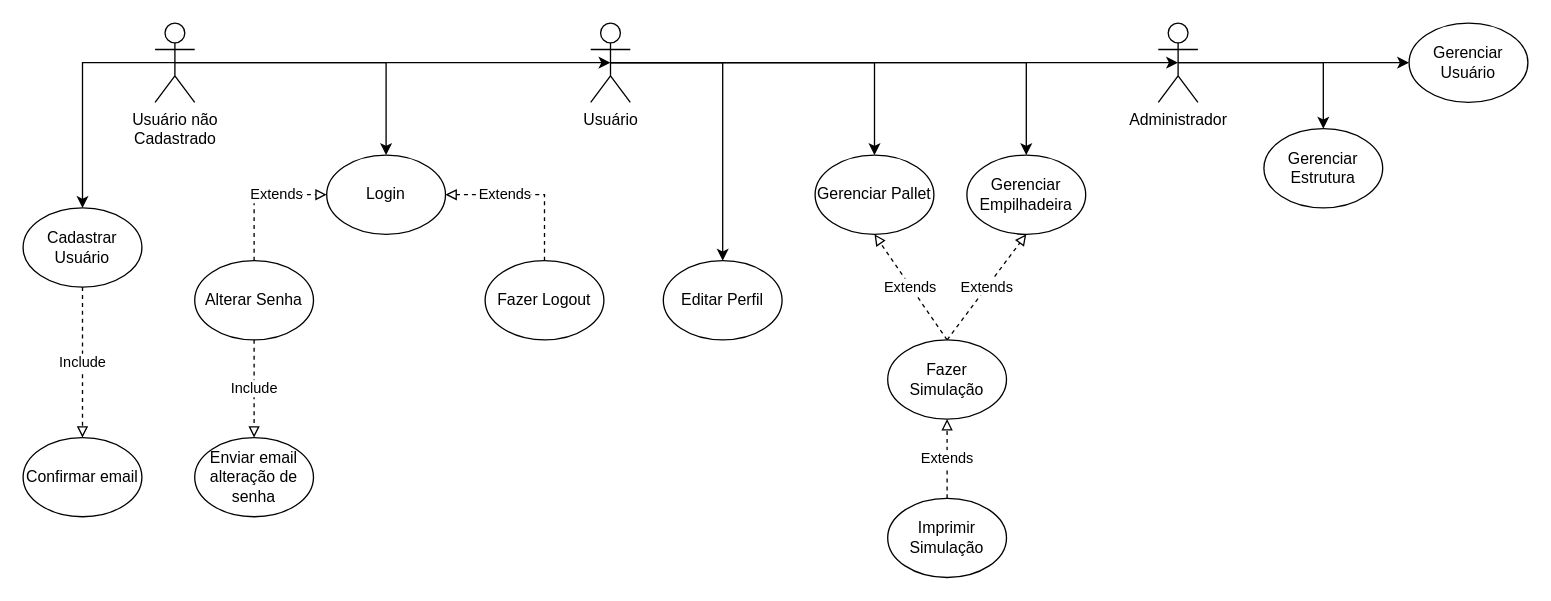
Before: 04.Diagrama Caso de Uso/01 - ALTO NIVEL/UML JAVA-LIDAY.drawio in JoaoKF1/Java-liday, a draw.io diagram. Source tidied: cells renumbered, new cells numbered last; positions are measured from the earlier drawing's top-left corner, leaving out a move shared by most shapes. Both pictures are drawn from the tidied source at 132%, with x=0, y=0 at pixel (22, 22).
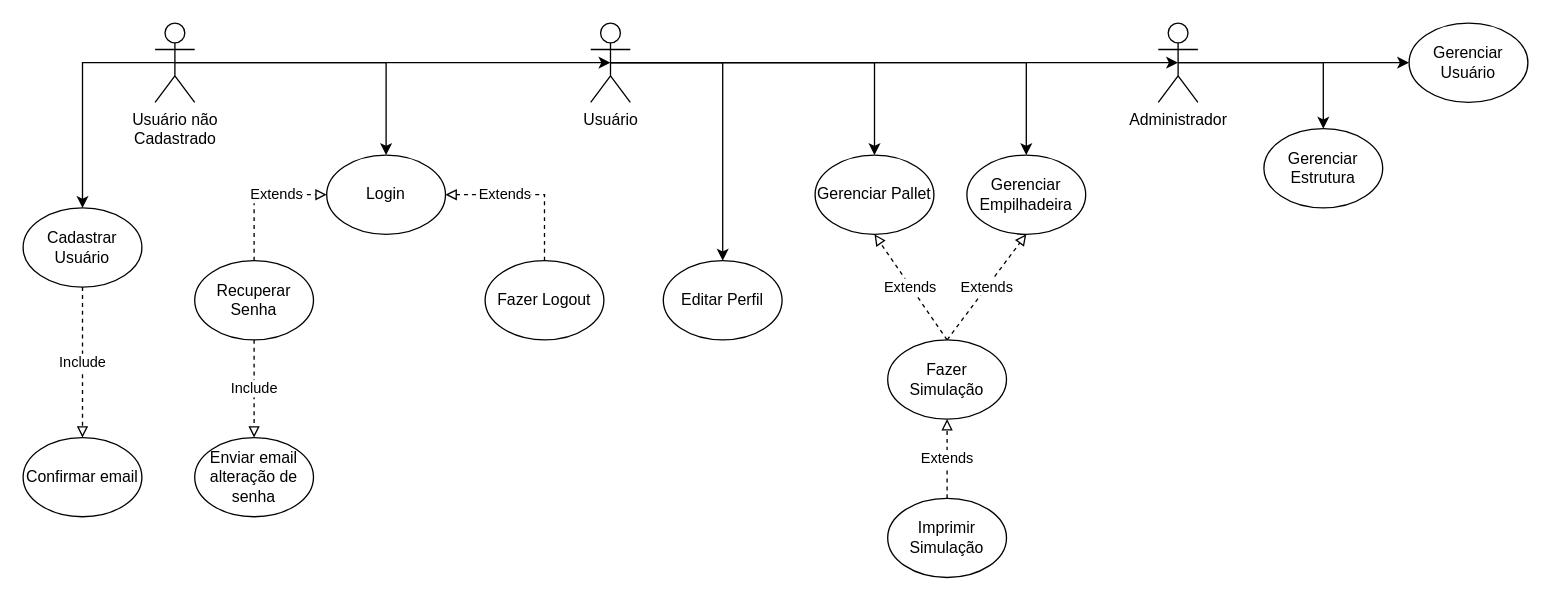
Above is the later version.

Change to the diagram source:
```diff
@@
-    <mxCell id="14" value="Alterar Senha" style="ellipse;whiteSpace=wrap;html=1;" parent="1" vertex="1">
+    <mxCell id="14" value="Recuperar Senha" style="ellipse;whiteSpace=wrap;html=1;" parent="1" vertex="1">
       <mxGeometry x="130" y="180" width="90" height="60" as="geometry" />
     </mxCell>
```
